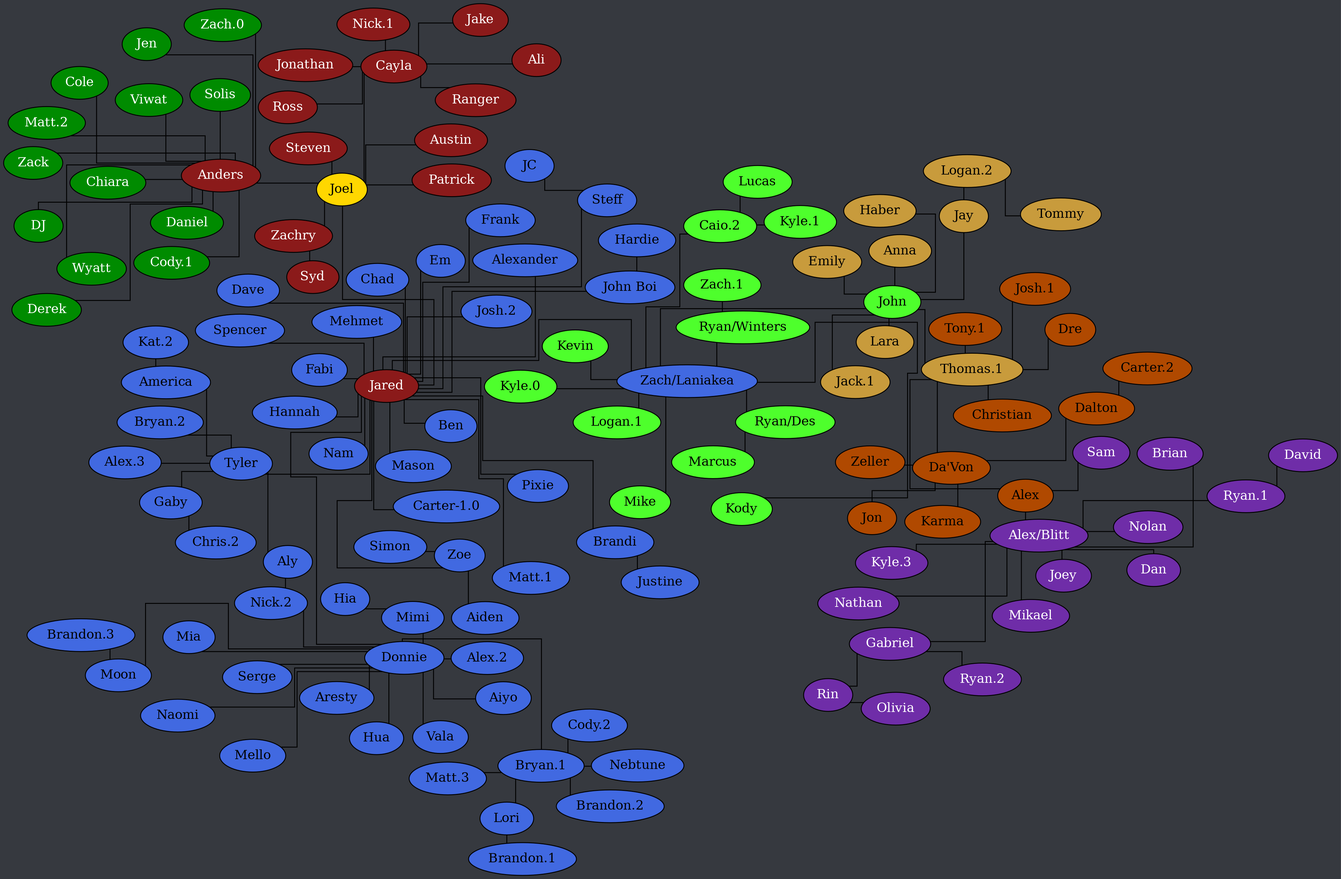
Above: tree.png in Documidas/CoronaCatzFamilyTree (Graphviz), before the change. Its source is kept beside it as tree.dot.
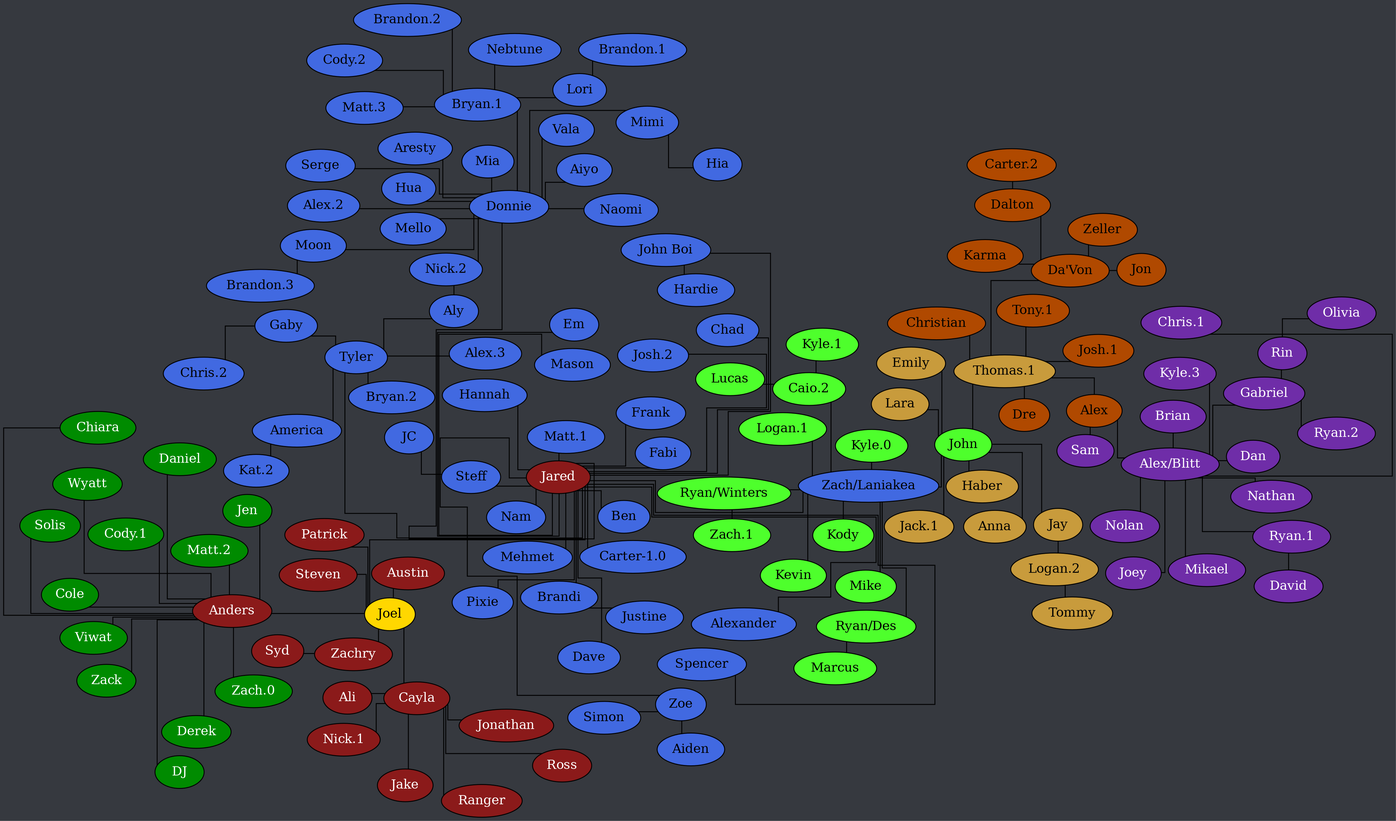
After the commit.

Change to the diagram source:
```diff
@@ -165,6 +165,7 @@
 		Alex -- "Alex/Blitt";
 		Alex -- Sam;
 		"Alex/Blitt" -- Brian;
+		"Alex/Blitt" -- "Chris.1";
 		"Alex/Blitt" -- Dan;
 		"Alex/Blitt" -- Gabriel;
 		"Alex/Blitt" -- Joey;
```
